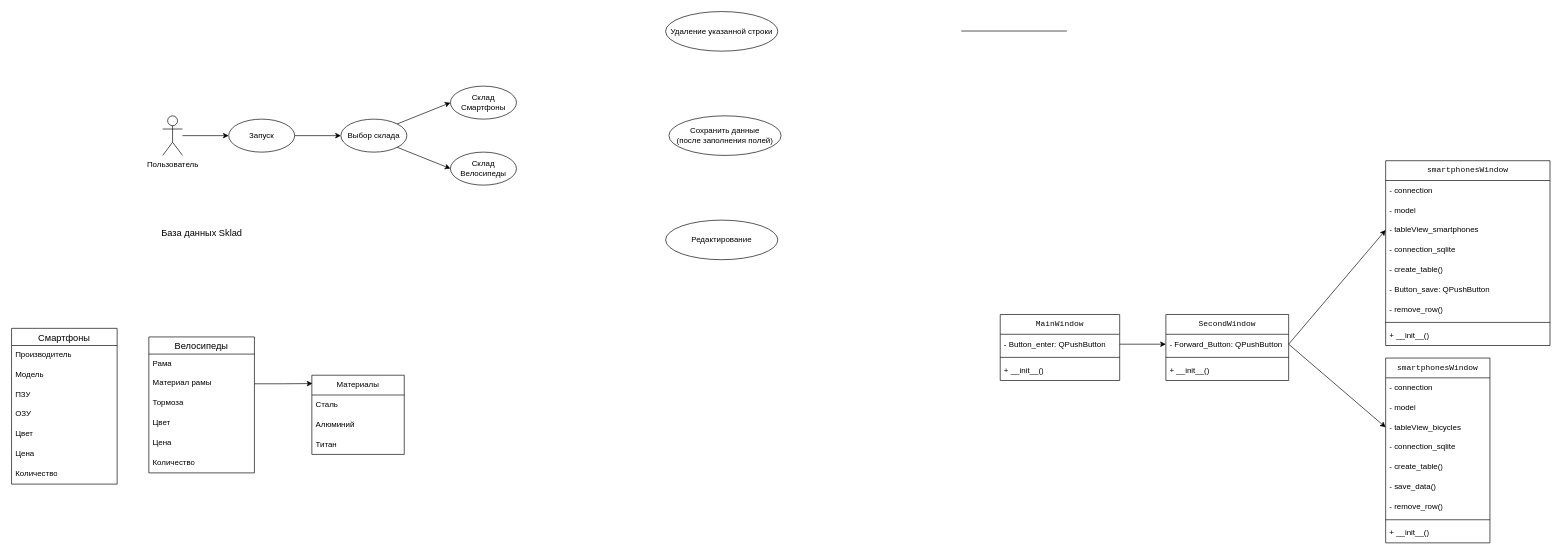
This is Диаграмма для курсовой.drawio from Aazmandiuc/MDK_01.01, a draw.io file, before an edit. Source tidied: cells renumbered, new cells numbered last; positions are measured from the earlier drawing's top-left corner, leaving out a move shared by most shapes. Both pictures are drawn from the tidied source at 66%, with x=0, y=0 at pixel (11, 11).
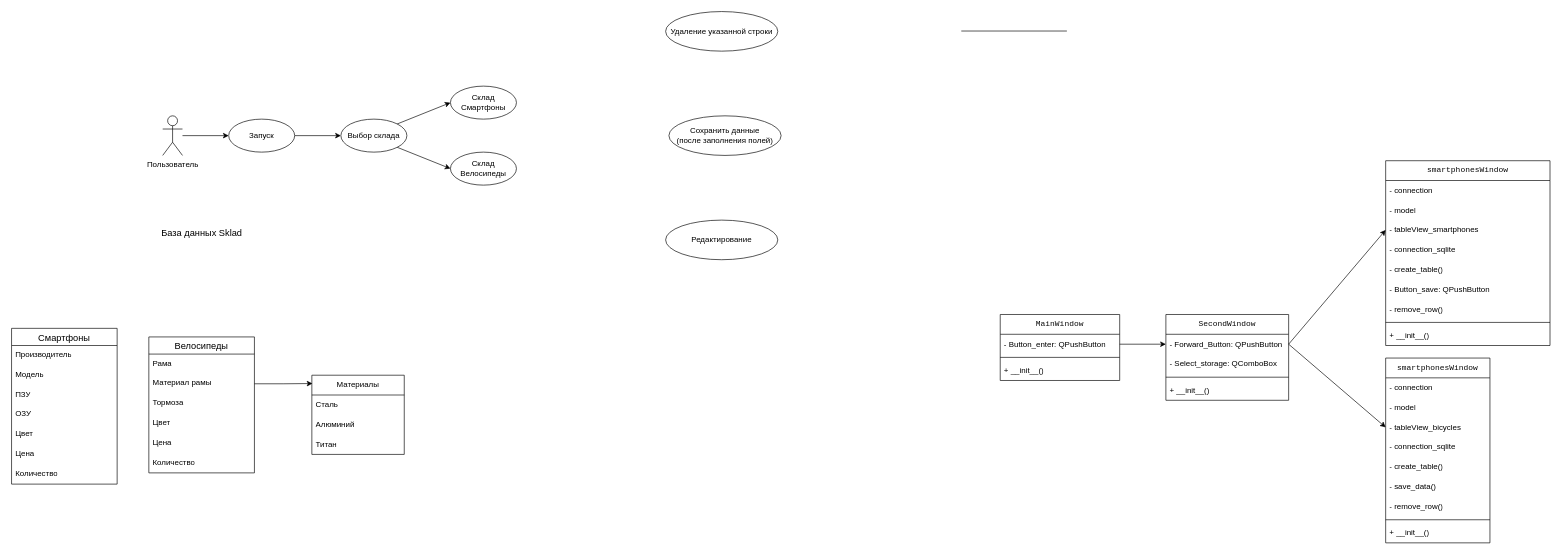
After the change.

Diff of the diagram source:
```diff
@@
     <mxCell id="34" value="&lt;div style=&quot;color: rgb(8, 8, 8); font-family: &amp;quot;JetBrains Mono&amp;quot;, monospace;&quot;&gt;&lt;pre&gt;SecondWindow&lt;/pre&gt;&lt;/div&gt;" style="swimlane;fontStyle=0;horizontal=1;startSize=30;whiteSpace=wrap;html=1;" parent="1" vertex="1">
-      <mxGeometry x="1749" y="459" width="186" height="100" as="geometry" />
+      <mxGeometry x="1749" y="459" width="186" height="130" as="geometry" />
     </mxCell>
@@
+    <mxCell id="68" value="-&amp;nbsp;Select_storage: QComboBox" style="text;strokeColor=none;fillColor=none;align=left;verticalAlign=middle;spacingLeft=4;spacingRight=4;overflow=hidden;whiteSpace=wrap;html=1;" parent="34" vertex="1">
+      <mxGeometry y="60" width="186" height="30" as="geometry" />
+    </mxCell>
     <mxCell id="36" style="line;strokeWidth=1;dashed=0;labelPosition=right;align=left;verticalAlign=middle;spacingTop=0;spacingLeft=6;" parent="34" vertex="1">
-      <mxGeometry y="60" width="186" height="10" as="geometry" />
+      <mxGeometry y="90" width="186" height="10" as="geometry" />
     </mxCell>
     <mxCell id="37" value="+ __init__()" style="text;strokeColor=none;fillColor=none;align=left;verticalAlign=middle;spacingLeft=4;spacingRight=4;overflow=hidden;whiteSpace=wrap;html=1;" parent="34" vertex="1">
-      <mxGeometry y="70" width="186" height="30" as="geometry" />
+      <mxGeometry y="100" width="186" height="30" as="geometry" />
     </mxCell>
```
